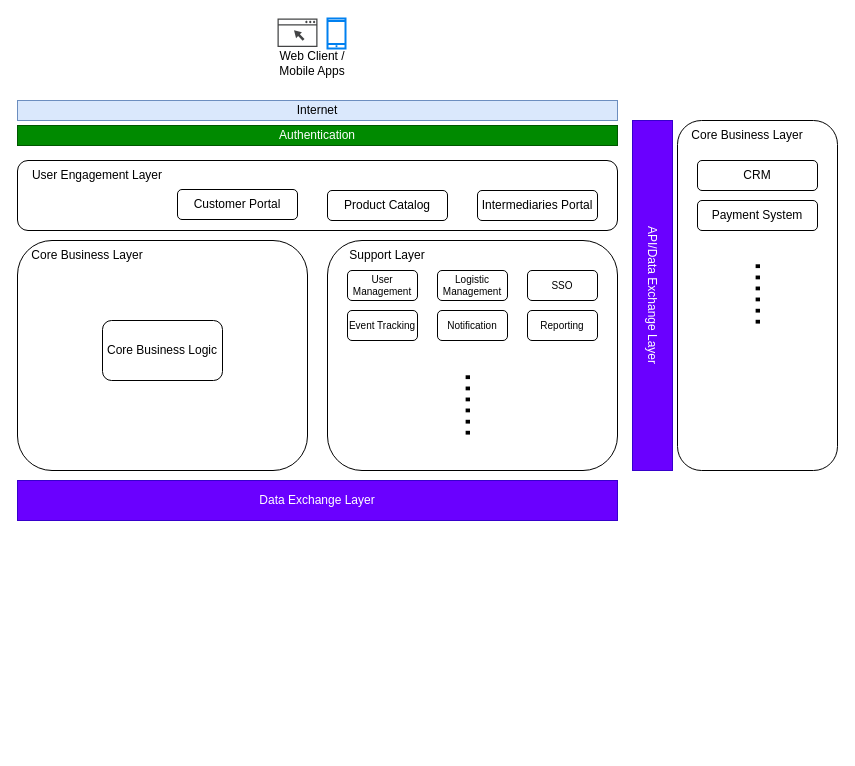
This is page "As-Is" (1 of 2) of BEA.drawio from dickylcd/diagrams, a draw.io file, before an edit. Source tidied: cells renumbered, new cells numbered last; positions are measured from the earlier drawing's top-left corner, leaving out a move shared by most shapes. Both pictures are drawn from the tidied source at 100%, with x=0, y=0 at pixel (17, 18).
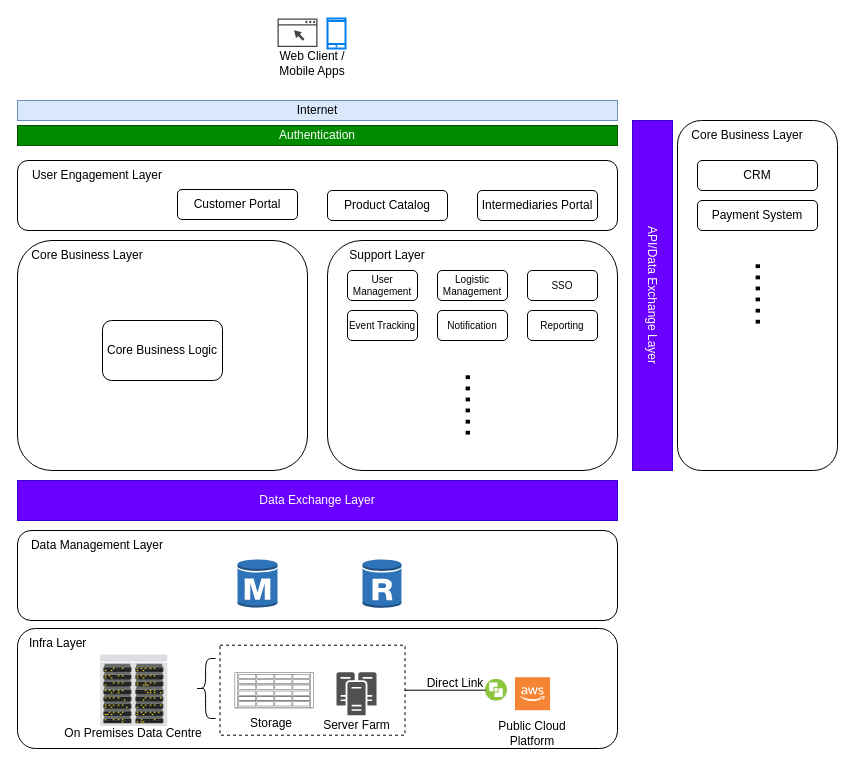
After the change.

Diff of the diagram source:
```diff
@@
+    <mxCell id="32" style="rounded=1;whiteSpace=wrap;html=1;" parent="1" vertex="1">
+      <mxGeometry y="512" width="600" height="90" as="geometry" />
+    </mxCell>
+    <mxCell id="33" value="Data Management Layer" style="text;html=1;strokeColor=none;fillColor=none;align=center;verticalAlign=middle;whiteSpace=wrap;rounded=0;" parent="1" vertex="1">
+      <mxGeometry x="10" y="512" width="140" height="30" as="geometry" />
+    </mxCell>
+    <mxCell id="34" style="dashed=0;verticalLabelPosition=bottom;verticalAlign=top;align=center;html=1;shape=mxgraph.aws3.rds_db_instance;fillColor=#2E73B8;gradientColor=none;" parent="1" vertex="1">
+      <mxGeometry x="220" y="540" width="40" height="50" as="geometry" />
+    </mxCell>
+    <mxCell id="35" style="dashed=0;verticalLabelPosition=bottom;verticalAlign=top;align=center;html=1;shape=mxgraph.aws3.rds_db_instance_read_replica;fillColor=#2E73B8;gradientColor=none;" parent="1" vertex="1">
+      <mxGeometry x="345" y="540" width="39" height="50" as="geometry" />
+    </mxCell>
+    <mxCell id="36" style="rounded=1;whiteSpace=wrap;html=1;" parent="1" vertex="1">
+      <mxGeometry y="610" width="600" height="120" as="geometry" />
+    </mxCell>
+    <mxCell id="37" value="Infra Layer" style="text;html=1;strokeColor=none;fillColor=none;align=left;verticalAlign=middle;whiteSpace=wrap;rounded=0;" parent="1" vertex="1">
+      <mxGeometry x="10" y="610" width="140" height="30" as="geometry" />
+    </mxCell>
+    <mxCell id="38" style="verticalLabelPosition=bottom;sketch=0;html=1;verticalAlign=top;strokeColor=none;align=center;shape=mxgraph.citrix.datacenter;" parent="1" vertex="1">
+      <mxGeometry x="82.5" y="636" width="67.5" height="71.5" as="geometry" />
+    </mxCell>
+    <mxCell id="39" value="On Premises Data Centre" style="text;html=1;strokeColor=none;fillColor=none;align=center;verticalAlign=middle;whiteSpace=wrap;rounded=0;" parent="1" vertex="1">
+      <mxGeometry x="34.4" y="700" width="163.8" height="30" as="geometry" />
+    </mxCell>
+    <mxCell id="40" style="shape=mxgraph.rack.oracle.sun_zfs_storage_7320;html=1;labelPosition=right;align=left;spacingLeft=15;dashed=0;shadow=0;fillColor=#ffffff;" parent="1" vertex="1">
+      <mxGeometry x="217.1" y="653.7" width="79" height="36" as="geometry" />
+    </mxCell>
+    <mxCell id="41" style="sketch=0;shadow=0;dashed=0;html=1;strokeColor=none;fillColor=#505050;labelPosition=center;verticalLabelPosition=bottom;verticalAlign=top;align=center;shape=mxgraph.office.servers.cluster_server;" parent="1" vertex="1">
+      <mxGeometry x="319" y="653.7" width="40" height="43" as="geometry" />
+    </mxCell>
+    <mxCell id="42" value="Storage" style="text;html=1;strokeColor=none;fillColor=none;align=center;verticalAlign=middle;whiteSpace=wrap;rounded=0;" parent="1" vertex="1">
+      <mxGeometry x="224" y="690" width="60" height="30" as="geometry" />
+    </mxCell>
+    <mxCell id="43" value="Server Farm" style="text;html=1;strokeColor=none;fillColor=none;align=center;verticalAlign=middle;whiteSpace=wrap;rounded=0;" parent="1" vertex="1">
+      <mxGeometry x="303.5" y="691.7" width="71" height="30" as="geometry" />
+    </mxCell>
+    <mxCell id="44" style="shape=curlyBracket;whiteSpace=wrap;html=1;rounded=1;labelPosition=left;verticalLabelPosition=middle;align=right;verticalAlign=middle;" parent="1" vertex="1">
+      <mxGeometry x="178.1" y="640" width="20" height="60" as="geometry" />
+    </mxCell>
+    <mxCell id="45" style="dashed=0;verticalLabelPosition=bottom;verticalAlign=top;align=center;html=1;shape=mxgraph.aws3.cloud_2;fillColor=#F58534;gradientColor=none;" parent="1" vertex="1">
+      <mxGeometry x="497.5" y="658.7" width="35" height="33" as="geometry" />
+    </mxCell>
+    <mxCell id="46" value="Public Cloud Platform" style="text;html=1;strokeColor=none;fillColor=none;align=center;verticalAlign=middle;whiteSpace=wrap;rounded=0;" parent="1" vertex="1">
+      <mxGeometry x="460" y="700" width="110" height="30" as="geometry" />
+    </mxCell>
+    <mxCell id="47" style="image;perimeter=ellipsePerimeter;html=1;align=center;shadow=0;dashed=0;fontColor=#4277BB;labelBackgroundColor=default;fontSize=12;spacingTop=3;image=img/lib/ibm/vpc/DirectLink.svg;" parent="1" vertex="1">
+      <mxGeometry x="468" y="660.7" width="22" height="22" as="geometry" />
+    </mxCell>
+    <mxCell id="48" style="endArrow=none;html=1;rounded=0;exitX=1;exitY=0.5;exitDx=0;exitDy=0;entryX=0;entryY=0.5;entryDx=0;entryDy=0;" parent="1" edge="1" source="49" target="47">
+      <mxGeometry relative="1" as="geometry" />
+    </mxCell>
+    <mxCell id="49" style="rounded=0;whiteSpace=wrap;html=1;fillColor=none;dashed=1;" parent="1" vertex="1">
+      <mxGeometry x="202.5" y="626.7" width="185" height="90" as="geometry" />
+    </mxCell>
+    <mxCell id="50" value="Direct Link" style="text;html=1;strokeColor=none;fillColor=none;align=center;verticalAlign=middle;whiteSpace=wrap;rounded=0;" parent="1" vertex="1">
+      <mxGeometry x="408" y="650" width="60" height="30" as="geometry" />
+    </mxCell>
```
